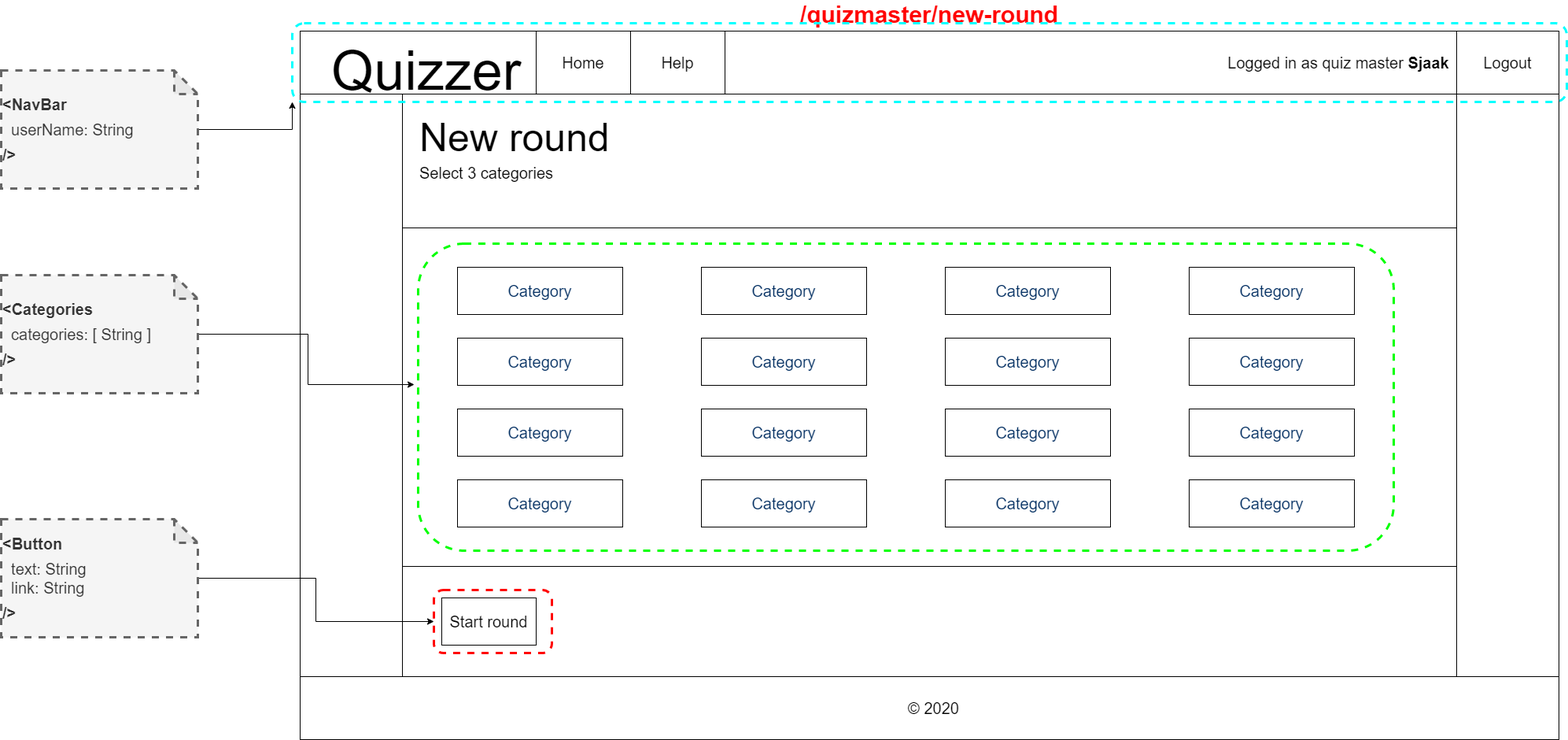
IkBenDeSjaak/Quizzer keeps this draw.io diagram as docs/wireframes-with-react-components/quizmaster-new-round.png. Above is the earlier version. Source tidied: cells renumbered, new cells last; positions are measured from the earlier drawing's top-left corner, leaving out a move shared by most shapes. The source it was exported from:
```xml
<mxGraphModel>
  <root>
    <mxCell id="0" />
    <mxCell id="1" parent="0" />
    <mxCell id="2" style="group;" parent="1" vertex="1">
      <mxGeometry x="380" y="10" width="1600" height="900" as="geometry" />
    </mxCell>
    <mxCell id="3" value="&lt;font style=&quot;font-size: 30px&quot; color=&quot;#ff0000&quot;&gt;&lt;b&gt;/quizmaster/new-round&lt;/b&gt;&lt;/font&gt;" style="rounded=0;whiteSpace=wrap;html=1;labelPosition=center;verticalLabelPosition=top;align=center;verticalAlign=bottom;" parent="2" vertex="1">
      <mxGeometry width="1600" height="900" as="geometry" />
    </mxCell>
    <mxCell id="4" style="rounded=0;whiteSpace=wrap;html=1;" parent="2" vertex="1">
      <mxGeometry width="1600" height="80" as="geometry" />
    </mxCell>
    <mxCell id="5" value="&lt;font style=&quot;font-size: 70px&quot;&gt;Quizzer&lt;/font&gt;" style="text;html=1;align=center;verticalAlign=middle;" parent="2" vertex="1">
      <mxGeometry x="30" y="30" width="260" height="40" as="geometry" />
    </mxCell>
    <mxCell id="6" style="rounded=0;whiteSpace=wrap;html=1;" parent="2" vertex="1">
      <mxGeometry x="130" y="80" width="1340" height="740" as="geometry" />
    </mxCell>
    <mxCell id="7" style="rounded=0;whiteSpace=wrap;html=1;" parent="2" vertex="1">
      <mxGeometry y="820" width="1600" height="80" as="geometry" />
    </mxCell>
    <mxCell id="8" value="&lt;font style=&quot;font-size: 20px&quot;&gt;© 2020&lt;/font&gt;" style="text;html=1;align=center;verticalAlign=middle;" parent="2" vertex="1">
      <mxGeometry x="765" y="850" width="80" height="20" as="geometry" />
    </mxCell>
    <mxCell id="9" value="Home" style="rounded=0;whiteSpace=wrap;html=1;fontSize=20;" parent="2" vertex="1">
      <mxGeometry x="300" width="120" height="80" as="geometry" />
    </mxCell>
    <mxCell id="10" value="Help" style="rounded=0;whiteSpace=wrap;html=1;fontSize=20;" parent="2" vertex="1">
      <mxGeometry x="420" width="120" height="80" as="geometry" />
    </mxCell>
    <mxCell id="11" style="rounded=0;whiteSpace=wrap;html=1;" parent="2" vertex="1">
      <mxGeometry x="130" y="80" width="1340" height="170" as="geometry" />
    </mxCell>
    <mxCell id="12" value="&lt;span style=&quot;font-size: 20px&quot;&gt;Select 3 categories&lt;/span&gt;" style="text;html=1;strokeColor=none;fillColor=none;align=left;verticalAlign=middle;whiteSpace=wrap;rounded=0;" parent="2" vertex="1">
      <mxGeometry x="150" y="170" width="570" height="20" as="geometry" />
    </mxCell>
    <mxCell id="13" value="&lt;font style=&quot;font-size: 50px&quot;&gt;New round&lt;/font&gt;" style="text;html=1;align=left;verticalAlign=middle;" parent="2" vertex="1">
      <mxGeometry x="150" y="120" width="260" height="30" as="geometry" />
    </mxCell>
    <mxCell id="14" style="rounded=0;whiteSpace=wrap;html=1;align=left;" parent="2" vertex="1">
      <mxGeometry x="130" y="250" width="1340" height="430" as="geometry" />
    </mxCell>
    <mxCell id="15" value="&lt;div style=&quot;text-align: right&quot;&gt;Logged in as quiz master &lt;b&gt;Sjaak&lt;/b&gt;&lt;/div&gt;" style="text;html=1;strokeColor=none;fillColor=none;align=center;verticalAlign=middle;whiteSpace=wrap;rounded=0;fontSize=20;" parent="2" vertex="1">
      <mxGeometry x="1170" y="30" width="300" height="20" as="geometry" />
    </mxCell>
    <mxCell id="16" value="Logout" style="rounded=0;whiteSpace=wrap;html=1;fontSize=20;" parent="2" vertex="1">
      <mxGeometry x="1470" width="130" height="80" as="geometry" />
    </mxCell>
    <mxCell id="17" value="&lt;span style=&quot;color: rgb(3 , 47 , 98) ; font-family: , &amp;#34;consolas&amp;#34; , &amp;#34;liberation mono&amp;#34; , &amp;#34;menlo&amp;#34; , monospace ; background-color: rgb(255 , 255 , 255)&quot;&gt;&lt;font style=&quot;font-size: 20px&quot;&gt;Category&lt;/font&gt;&lt;/span&gt;" style="rounded=0;whiteSpace=wrap;html=1;" parent="2" vertex="1">
      <mxGeometry x="200" y="300" width="210" height="60" as="geometry" />
    </mxCell>
    <mxCell id="18" value="&lt;span style=&quot;color: rgb(3 , 47 , 98) ; font-family: , &amp;#34;consolas&amp;#34; , &amp;#34;liberation mono&amp;#34; , &amp;#34;menlo&amp;#34; , monospace ; background-color: rgb(255 , 255 , 255)&quot;&gt;&lt;font style=&quot;font-size: 20px&quot;&gt;Category&lt;/font&gt;&lt;/span&gt;" style="rounded=0;whiteSpace=wrap;html=1;" parent="2" vertex="1">
      <mxGeometry x="510" y="300" width="210" height="60" as="geometry" />
    </mxCell>
    <mxCell id="19" value="&lt;span style=&quot;color: rgb(3 , 47 , 98) ; font-family: , &amp;#34;consolas&amp;#34; , &amp;#34;liberation mono&amp;#34; , &amp;#34;menlo&amp;#34; , monospace ; background-color: rgb(255 , 255 , 255)&quot;&gt;&lt;font style=&quot;font-size: 20px&quot;&gt;Category&lt;/font&gt;&lt;/span&gt;" style="rounded=0;whiteSpace=wrap;html=1;" parent="2" vertex="1">
      <mxGeometry x="820" y="300" width="210" height="60" as="geometry" />
    </mxCell>
    <mxCell id="20" value="&lt;span style=&quot;color: rgb(3 , 47 , 98) ; font-family: , &amp;#34;consolas&amp;#34; , &amp;#34;liberation mono&amp;#34; , &amp;#34;menlo&amp;#34; , monospace ; background-color: rgb(255 , 255 , 255)&quot;&gt;&lt;font style=&quot;font-size: 20px&quot;&gt;Category&lt;/font&gt;&lt;/span&gt;" style="rounded=0;whiteSpace=wrap;html=1;" parent="2" vertex="1">
      <mxGeometry x="1130" y="300" width="210" height="60" as="geometry" />
    </mxCell>
    <mxCell id="21" value="&lt;span style=&quot;color: rgb(3 , 47 , 98) ; font-family: , &amp;#34;consolas&amp;#34; , &amp;#34;liberation mono&amp;#34; , &amp;#34;menlo&amp;#34; , monospace ; background-color: rgb(255 , 255 , 255)&quot;&gt;&lt;font style=&quot;font-size: 20px&quot;&gt;Category&lt;/font&gt;&lt;/span&gt;" style="rounded=0;whiteSpace=wrap;html=1;" parent="2" vertex="1">
      <mxGeometry x="200" y="300" width="210" height="60" as="geometry" />
    </mxCell>
    <mxCell id="22" value="&lt;span style=&quot;color: rgb(3 , 47 , 98) ; font-family: , &amp;#34;consolas&amp;#34; , &amp;#34;liberation mono&amp;#34; , &amp;#34;menlo&amp;#34; , monospace ; background-color: rgb(255 , 255 , 255)&quot;&gt;&lt;font style=&quot;font-size: 20px&quot;&gt;Category&lt;/font&gt;&lt;/span&gt;" style="rounded=0;whiteSpace=wrap;html=1;" parent="2" vertex="1">
      <mxGeometry x="510" y="300" width="210" height="60" as="geometry" />
    </mxCell>
    <mxCell id="23" value="&lt;span style=&quot;color: rgb(3 , 47 , 98) ; font-family: , &amp;#34;consolas&amp;#34; , &amp;#34;liberation mono&amp;#34; , &amp;#34;menlo&amp;#34; , monospace ; background-color: rgb(255 , 255 , 255)&quot;&gt;&lt;font style=&quot;font-size: 20px&quot;&gt;Category&lt;/font&gt;&lt;/span&gt;" style="rounded=0;whiteSpace=wrap;html=1;" parent="2" vertex="1">
      <mxGeometry x="200" y="390" width="210" height="60" as="geometry" />
    </mxCell>
    <mxCell id="24" value="&lt;span style=&quot;color: rgb(3 , 47 , 98) ; font-family: , &amp;#34;consolas&amp;#34; , &amp;#34;liberation mono&amp;#34; , &amp;#34;menlo&amp;#34; , monospace ; background-color: rgb(255 , 255 , 255)&quot;&gt;&lt;font style=&quot;font-size: 20px&quot;&gt;Category&lt;/font&gt;&lt;/span&gt;" style="rounded=0;whiteSpace=wrap;html=1;" parent="2" vertex="1">
      <mxGeometry x="510" y="390" width="210" height="60" as="geometry" />
    </mxCell>
    <mxCell id="25" value="&lt;span style=&quot;color: rgb(3 , 47 , 98) ; font-family: , &amp;#34;consolas&amp;#34; , &amp;#34;liberation mono&amp;#34; , &amp;#34;menlo&amp;#34; , monospace ; background-color: rgb(255 , 255 , 255)&quot;&gt;&lt;font style=&quot;font-size: 20px&quot;&gt;Category&lt;/font&gt;&lt;/span&gt;" style="rounded=0;whiteSpace=wrap;html=1;" parent="2" vertex="1">
      <mxGeometry x="820" y="390" width="210" height="60" as="geometry" />
    </mxCell>
    <mxCell id="26" value="&lt;span style=&quot;color: rgb(3 , 47 , 98) ; font-family: , &amp;#34;consolas&amp;#34; , &amp;#34;liberation mono&amp;#34; , &amp;#34;menlo&amp;#34; , monospace ; background-color: rgb(255 , 255 , 255)&quot;&gt;&lt;font style=&quot;font-size: 20px&quot;&gt;Category&lt;/font&gt;&lt;/span&gt;" style="rounded=0;whiteSpace=wrap;html=1;" parent="2" vertex="1">
      <mxGeometry x="1130" y="390" width="210" height="60" as="geometry" />
    </mxCell>
    <mxCell id="27" value="&lt;span style=&quot;color: rgb(3 , 47 , 98) ; font-family: , &amp;#34;consolas&amp;#34; , &amp;#34;liberation mono&amp;#34; , &amp;#34;menlo&amp;#34; , monospace ; background-color: rgb(255 , 255 , 255)&quot;&gt;&lt;font style=&quot;font-size: 20px&quot;&gt;Category&lt;/font&gt;&lt;/span&gt;" style="rounded=0;whiteSpace=wrap;html=1;" parent="2" vertex="1">
      <mxGeometry x="200" y="570" width="210" height="60" as="geometry" />
    </mxCell>
    <mxCell id="28" value="&lt;span style=&quot;color: rgb(3 , 47 , 98) ; font-family: , &amp;#34;consolas&amp;#34; , &amp;#34;liberation mono&amp;#34; , &amp;#34;menlo&amp;#34; , monospace ; background-color: rgb(255 , 255 , 255)&quot;&gt;&lt;font style=&quot;font-size: 20px&quot;&gt;Category&lt;/font&gt;&lt;/span&gt;" style="rounded=0;whiteSpace=wrap;html=1;" parent="2" vertex="1">
      <mxGeometry x="510" y="570" width="210" height="60" as="geometry" />
    </mxCell>
    <mxCell id="29" value="&lt;span style=&quot;color: rgb(3 , 47 , 98) ; font-family: , &amp;#34;consolas&amp;#34; , &amp;#34;liberation mono&amp;#34; , &amp;#34;menlo&amp;#34; , monospace ; background-color: rgb(255 , 255 , 255)&quot;&gt;&lt;font style=&quot;font-size: 20px&quot;&gt;Category&lt;/font&gt;&lt;/span&gt;" style="rounded=0;whiteSpace=wrap;html=1;" parent="2" vertex="1">
      <mxGeometry x="820" y="570" width="210" height="60" as="geometry" />
    </mxCell>
    <mxCell id="30" value="&lt;span style=&quot;color: rgb(3 , 47 , 98) ; font-family: , &amp;#34;consolas&amp;#34; , &amp;#34;liberation mono&amp;#34; , &amp;#34;menlo&amp;#34; , monospace ; background-color: rgb(255 , 255 , 255)&quot;&gt;&lt;font style=&quot;font-size: 20px&quot;&gt;Category&lt;/font&gt;&lt;/span&gt;" style="rounded=0;whiteSpace=wrap;html=1;" parent="2" vertex="1">
      <mxGeometry x="1130" y="570" width="210" height="60" as="geometry" />
    </mxCell>
    <mxCell id="31" value="&lt;span style=&quot;color: rgb(3 , 47 , 98) ; font-family: , &amp;#34;consolas&amp;#34; , &amp;#34;liberation mono&amp;#34; , &amp;#34;menlo&amp;#34; , monospace ; background-color: rgb(255 , 255 , 255)&quot;&gt;&lt;font style=&quot;font-size: 20px&quot;&gt;Category&lt;/font&gt;&lt;/span&gt;" style="rounded=0;whiteSpace=wrap;html=1;" parent="2" vertex="1">
      <mxGeometry x="200" y="480" width="210" height="60" as="geometry" />
    </mxCell>
    <mxCell id="32" value="&lt;span style=&quot;color: rgb(3 , 47 , 98) ; font-family: , &amp;#34;consolas&amp;#34; , &amp;#34;liberation mono&amp;#34; , &amp;#34;menlo&amp;#34; , monospace ; background-color: rgb(255 , 255 , 255)&quot;&gt;&lt;font style=&quot;font-size: 20px&quot;&gt;Category&lt;/font&gt;&lt;/span&gt;" style="rounded=0;whiteSpace=wrap;html=1;" parent="2" vertex="1">
      <mxGeometry x="510" y="480" width="210" height="60" as="geometry" />
    </mxCell>
    <mxCell id="33" value="&lt;span style=&quot;color: rgb(3 , 47 , 98) ; font-family: , &amp;#34;consolas&amp;#34; , &amp;#34;liberation mono&amp;#34; , &amp;#34;menlo&amp;#34; , monospace ; background-color: rgb(255 , 255 , 255)&quot;&gt;&lt;font style=&quot;font-size: 20px&quot;&gt;Category&lt;/font&gt;&lt;/span&gt;" style="rounded=0;whiteSpace=wrap;html=1;" parent="2" vertex="1">
      <mxGeometry x="820" y="480" width="210" height="60" as="geometry" />
    </mxCell>
    <mxCell id="34" value="&lt;span style=&quot;color: rgb(3 , 47 , 98) ; font-family: , &amp;#34;consolas&amp;#34; , &amp;#34;liberation mono&amp;#34; , &amp;#34;menlo&amp;#34; , monospace ; background-color: rgb(255 , 255 , 255)&quot;&gt;&lt;font style=&quot;font-size: 20px&quot;&gt;Category&lt;/font&gt;&lt;/span&gt;" style="rounded=0;whiteSpace=wrap;html=1;" parent="2" vertex="1">
      <mxGeometry x="1130" y="480" width="210" height="60" as="geometry" />
    </mxCell>
    <mxCell id="35" value="&lt;font style=&quot;font-size: 20px&quot;&gt;Start round&lt;/font&gt;" style="rounded=0;whiteSpace=wrap;html=1;" parent="2" vertex="1">
      <mxGeometry x="180" y="720" width="120" height="60" as="geometry" />
    </mxCell>
    <mxCell id="36" style="rounded=1;whiteSpace=wrap;html=1;dashed=1;strokeWidth=3;fillColor=none;strokeColor=#00FF00;" parent="2" vertex="1">
      <mxGeometry x="150" y="270" width="1240" height="390" as="geometry" />
    </mxCell>
    <mxCell id="37" style="rounded=1;whiteSpace=wrap;html=1;dashed=1;strokeWidth=3;fillColor=none;strokeColor=#FF0000;" parent="2" vertex="1">
      <mxGeometry x="170" y="710" width="150" height="80" as="geometry" />
    </mxCell>
    <mxCell id="38" style="rounded=1;whiteSpace=wrap;html=1;fillColor=none;dashed=1;strokeColor=#00FFFF;strokeWidth=3;" parent="1" vertex="1">
      <mxGeometry x="370" width="1620" height="100" as="geometry" />
    </mxCell>
    <mxCell id="39" style="edgeStyle=orthogonalEdgeStyle;rounded=0;jettySize=auto;html=1;entryX=0;entryY=1;entryDx=0;entryDy=0;" parent="1" edge="1" source="40" target="38">
      <mxGeometry relative="1" as="geometry" />
    </mxCell>
    <mxCell id="40" value="&lt;b style=&quot;color: rgb(51 , 51 , 51) ; font-size: 20px&quot;&gt;&amp;lt;NavBar&lt;/b&gt;&lt;br style=&quot;color: rgb(51 , 51 , 51) ; font-size: 20px&quot;&gt;&lt;span style=&quot;color: rgb(51 , 51 , 51) ; font-size: 20px&quot;&gt;&amp;nbsp; userName: String&amp;nbsp;&amp;nbsp;&lt;/span&gt;&lt;br style=&quot;color: rgb(51 , 51 , 51) ; font-size: 20px&quot;&gt;&lt;div&gt;&lt;b style=&quot;color: rgb(51 , 51 , 51) ; font-size: 20px&quot;&gt;/&amp;gt;&lt;/b&gt;&lt;/div&gt;" style="shape=note;whiteSpace=wrap;html=1;backgroundOutline=1;darkOpacity=0.05;dashed=1;strokeWidth=3;fillColor=#f5f5f5;align=left;strokeColor=#666666;fontColor=#333333;" parent="1" vertex="1">
      <mxGeometry y="60" width="250" height="150" as="geometry" />
    </mxCell>
    <mxCell id="41" style="edgeStyle=orthogonalEdgeStyle;rounded=0;jettySize=auto;html=1;entryX=-0.004;entryY=0.459;entryDx=0;entryDy=0;entryPerimeter=0;" parent="1" edge="1" source="42" target="36">
      <mxGeometry relative="1" as="geometry" />
    </mxCell>
    <mxCell id="42" value="&lt;b style=&quot;color: rgb(51 , 51 , 51) ; font-size: 20px&quot;&gt;&amp;lt;Categories&lt;/b&gt;&lt;br style=&quot;color: rgb(51 , 51 , 51) ; font-size: 20px&quot;&gt;&lt;span style=&quot;color: rgb(51 , 51 , 51) ; font-size: 20px&quot;&gt;&amp;nbsp; categories: [ String ]&amp;nbsp;&amp;nbsp;&lt;/span&gt;&lt;br style=&quot;color: rgb(51 , 51 , 51) ; font-size: 20px&quot;&gt;&lt;div&gt;&lt;b style=&quot;color: rgb(51 , 51 , 51) ; font-size: 20px&quot;&gt;/&amp;gt;&lt;/b&gt;&lt;/div&gt;" style="shape=note;whiteSpace=wrap;html=1;backgroundOutline=1;darkOpacity=0.05;dashed=1;strokeWidth=3;fillColor=#f5f5f5;align=left;strokeColor=#666666;fontColor=#333333;" parent="1" vertex="1">
      <mxGeometry y="320" width="250" height="150" as="geometry" />
    </mxCell>
    <mxCell id="43" style="edgeStyle=orthogonalEdgeStyle;rounded=0;jettySize=auto;html=1;" parent="1" edge="1" source="44" target="37">
      <mxGeometry relative="1" as="geometry" />
    </mxCell>
    <mxCell id="44" value="&lt;b style=&quot;color: rgb(51 , 51 , 51) ; font-size: 20px&quot;&gt;&amp;lt;Button&lt;/b&gt;&lt;br style=&quot;color: rgb(51 , 51 , 51) ; font-size: 20px&quot;&gt;&lt;span style=&quot;color: rgb(51 , 51 , 51) ; font-size: 20px&quot;&gt;&amp;nbsp; text: String&lt;br&gt;&amp;nbsp; link: String&amp;nbsp;&amp;nbsp;&lt;/span&gt;&lt;br style=&quot;color: rgb(51 , 51 , 51) ; font-size: 20px&quot;&gt;&lt;div&gt;&lt;b style=&quot;color: rgb(51 , 51 , 51) ; font-size: 20px&quot;&gt;/&amp;gt;&lt;/b&gt;&lt;/div&gt;" style="shape=note;whiteSpace=wrap;html=1;backgroundOutline=1;darkOpacity=0.05;dashed=1;strokeWidth=3;fillColor=#f5f5f5;align=left;strokeColor=#666666;fontColor=#333333;" parent="1" vertex="1">
      <mxGeometry y="630" width="250" height="150" as="geometry" />
    </mxCell>
  </root>
</mxGraphModel>
```
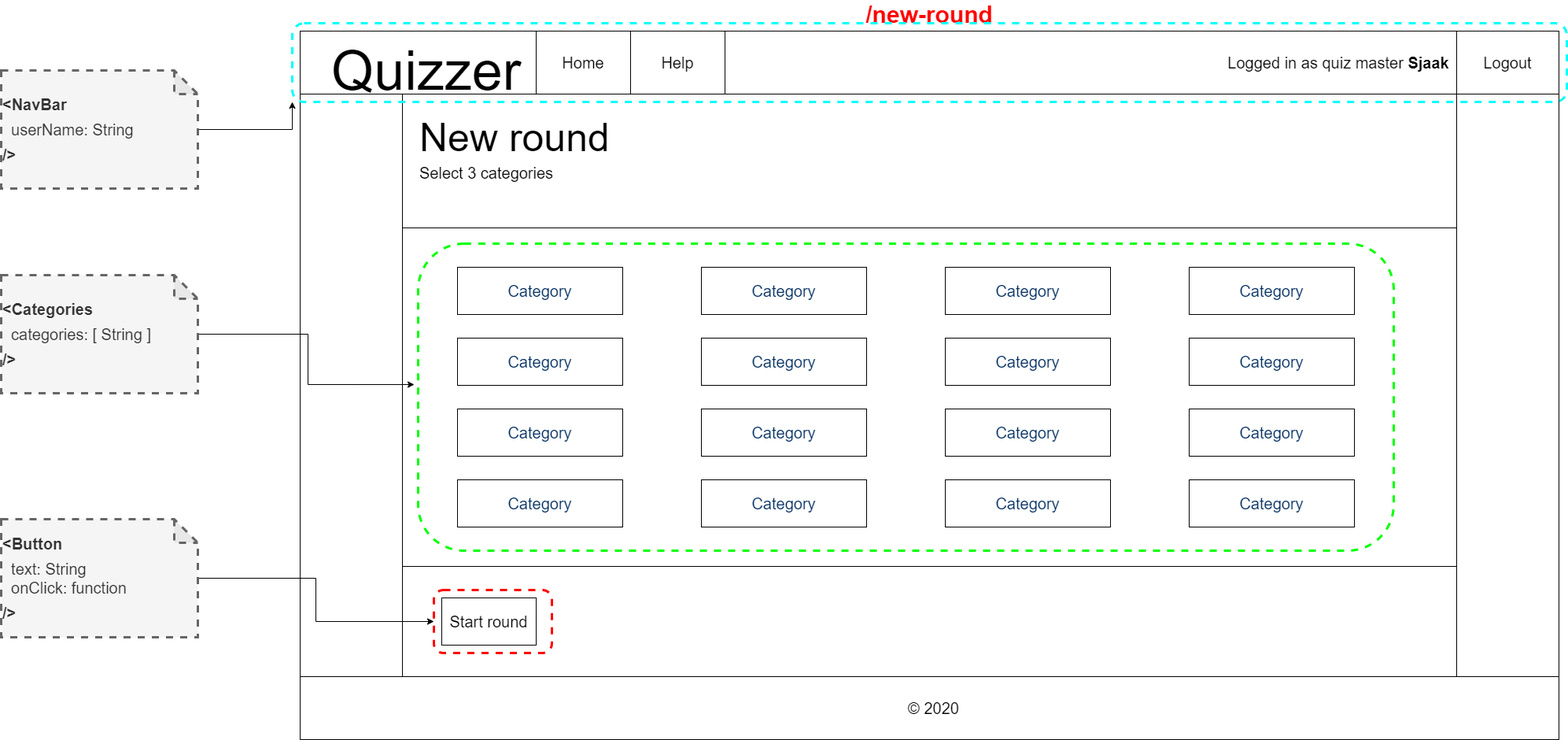
Later version of the same file.

What changed in the source:
```diff
@@ -5,7 +5,7 @@
     <mxCell id="2" style="group;" parent="1" vertex="1">
       <mxGeometry x="380" y="10" width="1600" height="900" as="geometry" />
     </mxCell>
-    <mxCell id="3" value="&lt;font style=&quot;font-size: 30px&quot; color=&quot;#ff0000&quot;&gt;&lt;b&gt;/quizmaster/new-round&lt;/b&gt;&lt;/font&gt;" style="rounded=0;whiteSpace=wrap;html=1;labelPosition=center;verticalLabelPosition=top;align=center;verticalAlign=bottom;" parent="2" vertex="1">
+    <mxCell id="3" value="&lt;font style=&quot;font-size: 30px&quot; color=&quot;#ff0000&quot;&gt;&lt;b&gt;/new-round&lt;/b&gt;&lt;/font&gt;" style="rounded=0;whiteSpace=wrap;html=1;labelPosition=center;verticalLabelPosition=top;align=center;verticalAlign=bottom;" parent="2" vertex="1">
       <mxGeometry width="1600" height="900" as="geometry" />
     </mxCell>
     <mxCell id="4" style="rounded=0;whiteSpace=wrap;html=1;" parent="2" vertex="1">
@@ -128,7 +128,7 @@
     <mxCell id="43" style="edgeStyle=orthogonalEdgeStyle;rounded=0;jettySize=auto;html=1;" parent="1" edge="1" source="44" target="37">
       <mxGeometry relative="1" as="geometry" />
     </mxCell>
-    <mxCell id="44" value="&lt;b style=&quot;color: rgb(51 , 51 , 51) ; font-size: 20px&quot;&gt;&amp;lt;Button&lt;/b&gt;&lt;br style=&quot;color: rgb(51 , 51 , 51) ; font-size: 20px&quot;&gt;&lt;span style=&quot;color: rgb(51 , 51 , 51) ; font-size: 20px&quot;&gt;&amp;nbsp; text: String&lt;br&gt;&amp;nbsp; link: String&amp;nbsp;&amp;nbsp;&lt;/span&gt;&lt;br style=&quot;color: rgb(51 , 51 , 51) ; font-size: 20px&quot;&gt;&lt;div&gt;&lt;b style=&quot;color: rgb(51 , 51 , 51) ; font-size: 20px&quot;&gt;/&amp;gt;&lt;/b&gt;&lt;/div&gt;" style="shape=note;whiteSpace=wrap;html=1;backgroundOutline=1;darkOpacity=0.05;dashed=1;strokeWidth=3;fillColor=#f5f5f5;align=left;strokeColor=#666666;fontColor=#333333;" parent="1" vertex="1">
+    <mxCell id="44" value="&lt;b style=&quot;color: rgb(51 , 51 , 51) ; font-size: 20px&quot;&gt;&amp;lt;Button&lt;/b&gt;&lt;br style=&quot;color: rgb(51 , 51 , 51) ; font-size: 20px&quot;&gt;&lt;span style=&quot;color: rgb(51 , 51 , 51) ; font-size: 20px&quot;&gt;&amp;nbsp; text: String&lt;br&gt;&amp;nbsp; onClick: function&amp;nbsp;&amp;nbsp;&lt;/span&gt;&lt;br style=&quot;color: rgb(51 , 51 , 51) ; font-size: 20px&quot;&gt;&lt;div&gt;&lt;b style=&quot;color: rgb(51 , 51 , 51) ; font-size: 20px&quot;&gt;/&amp;gt;&lt;/b&gt;&lt;/div&gt;" style="shape=note;whiteSpace=wrap;html=1;backgroundOutline=1;darkOpacity=0.05;dashed=1;strokeWidth=3;fillColor=#f5f5f5;align=left;strokeColor=#666666;fontColor=#333333;" parent="1" vertex="1">
       <mxGeometry y="630" width="250" height="150" as="geometry" />
     </mxCell>
   </root>
```
